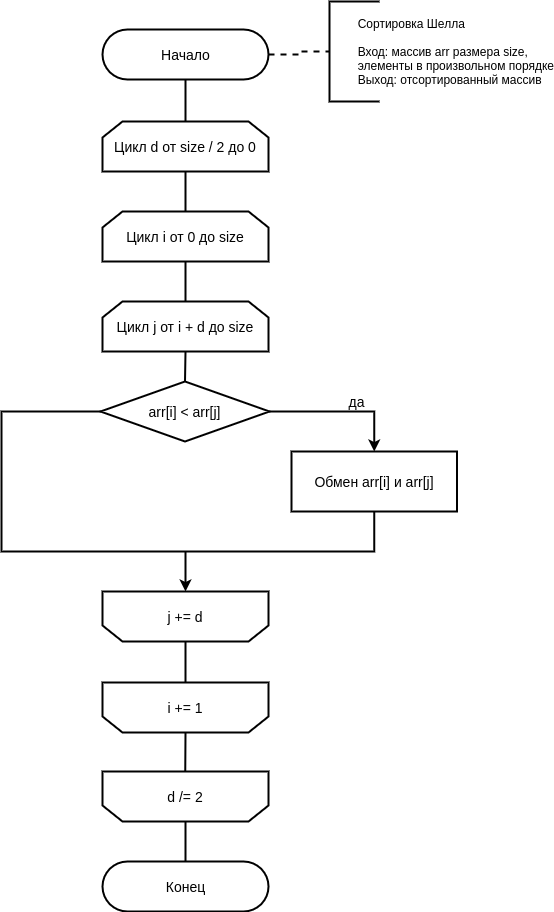
Earlier version of the draw.io export lab_03/doc/tex/img/shell_sort.png (hamzreg/bmstu-aa). Source tidied: cells renumbered, new cells last; positions are measured from the earlier drawing's top-left corner, leaving out a move shared by most shapes.
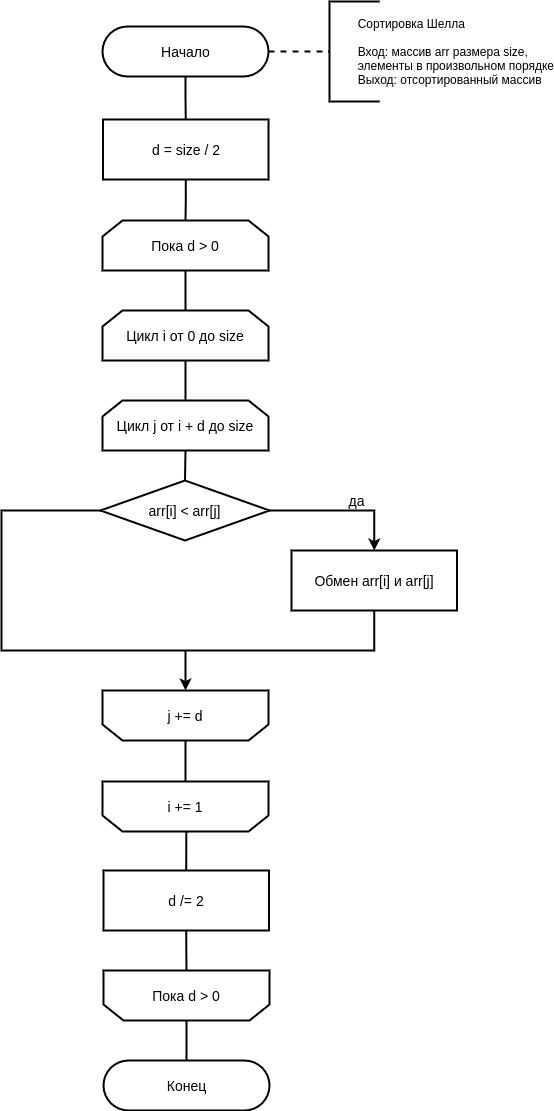
The same diagram one commit later.

Diff of the diagram source:
```diff
@@ -2,14 +2,14 @@
   <root>
     <mxCell id="0" />
     <mxCell id="1" parent="0" />
+    <mxCell id="26" style="edgeStyle=orthogonalEdgeStyle;rounded=0;jettySize=auto;html=1;exitX=0.5;exitY=0.5;exitDx=0;exitDy=25;exitPerimeter=0;entryX=0.5;entryY=0;entryDx=0;entryDy=0;endArrow=none;endFill=0;strokeWidth=2;" parent="1" edge="1" source="4" target="29">
+      <mxGeometry relative="1" as="geometry" />
+    </mxCell>
     <mxCell id="2" style="edgeStyle=orthogonalEdgeStyle;rounded=0;jettySize=auto;html=1;exitX=1;exitY=0.5;exitDx=0;exitDy=0;exitPerimeter=0;entryX=0;entryY=0.5;entryDx=0;entryDy=0;entryPerimeter=0;endArrow=none;endFill=0;strokeWidth=2;dashed=1;" parent="1" edge="1" source="4" target="19">
       <mxGeometry relative="1" as="geometry" />
     </mxCell>
-    <mxCell id="3" style="edgeStyle=orthogonalEdgeStyle;rounded=0;jettySize=auto;html=1;exitX=0.5;exitY=0.5;exitDx=0;exitDy=25;exitPerimeter=0;entryX=0.5;entryY=0;entryDx=0;entryDy=0;endArrow=none;endFill=0;strokeWidth=2;" parent="1" edge="1" source="4" target="21">
-      <mxGeometry relative="1" as="geometry" />
-    </mxCell>
     <mxCell id="4" value="&lt;font style=&quot;font-size: 14px&quot;&gt;Начало&lt;/font&gt;" style="html=1;dashed=0;whitespace=wrap;shape=mxgraph.dfd.start;strokeWidth=2;" parent="1" vertex="1">
-      <mxGeometry x="101" y="28" width="166" height="50" as="geometry" />
+      <mxGeometry x="101" y="-74" width="166" height="50" as="geometry" />
     </mxCell>
     <mxCell id="5" style="edgeStyle=orthogonalEdgeStyle;rounded=0;orthogonalLoop=1;jettySize=auto;html=1;exitX=0.5;exitY=1;exitDx=0;exitDy=0;" parent="1" edge="1">
       <mxGeometry relative="1" as="geometry">
@@ -52,27 +52,28 @@
     <mxCell id="14" value="&lt;font style=&quot;font-size: 14px&quot;&gt;j += d&lt;/font&gt;" style="shape=loopLimit;whiteSpace=wrap;html=1;strokeWidth=2;direction=west;" parent="1" vertex="1">
       <mxGeometry x="101" y="590" width="166" height="50" as="geometry" />
     </mxCell>
-    <mxCell id="15" style="edgeStyle=orthogonalEdgeStyle;rounded=0;jettySize=auto;html=1;exitX=0.5;exitY=0;exitDx=0;exitDy=0;entryX=0.5;entryY=0;entryDx=0;entryDy=0;endArrow=none;endFill=0;strokeWidth=2;" parent="1" edge="1" source="16">
-      <mxGeometry relative="1" as="geometry">
-        <mxPoint x="183.8" y="770" as="targetPoint" />
-      </mxGeometry>
-    </mxCell>
+    <mxCell id="27" style="edgeStyle=orthogonalEdgeStyle;rounded=0;orthogonalLoop=1;jettySize=auto;html=1;exitX=0.5;exitY=0;exitDx=0;exitDy=0;entryX=0.5;entryY=0;entryDx=0;entryDy=0;endArrow=none;endFill=0;strokeWidth=2;" parent="1" edge="1">
+      <mxGeometry relative="1" as="geometry">
+        <mxPoint x="187" y="731" as="sourcePoint" />
+        <mxPoint x="184.8" y="770" as="targetPoint" />
+      </mxGeometry>
+    </mxCell>
     <mxCell id="16" value="&lt;font style=&quot;font-size: 14px&quot;&gt;i += 1&lt;/font&gt;" style="shape=loopLimit;whiteSpace=wrap;html=1;strokeWidth=2;direction=west;" parent="1" vertex="1">
       <mxGeometry x="101" y="681" width="166" height="50" as="geometry" />
     </mxCell>
     <mxCell id="17" value="&lt;font style=&quot;font-size: 14px&quot;&gt;Конец&lt;/font&gt;" style="html=1;dashed=0;whitespace=wrap;shape=mxgraph.dfd.start;strokeWidth=2;" parent="1" vertex="1">
-      <mxGeometry x="101" y="860" width="166" height="50" as="geometry" />
+      <mxGeometry x="102" y="960" width="166" height="50" as="geometry" />
     </mxCell>
     <mxCell id="18" value="&lt;font style=&quot;font-size: 14px&quot;&gt;да&lt;/font&gt;" style="text;html=1;align=center;verticalAlign=middle;strokeColor=none;" parent="1" vertex="1">
       <mxGeometry x="340" y="390" width="30" height="20" as="geometry" />
     </mxCell>
     <mxCell id="19" value="&lt;div&gt;&lt;span&gt;&lt;span style=&quot;white-space: pre&quot;&gt;&#9;&lt;/span&gt;Сортировка Шелла&lt;/span&gt;&lt;/div&gt;&lt;div&gt;&lt;span&gt;&lt;br&gt;&lt;/span&gt;&lt;/div&gt;&lt;span style=&quot;white-space: pre&quot;&gt;&#9;&lt;/span&gt;Вход: массив arr размера size,&lt;br&gt;&amp;nbsp;&lt;span style=&quot;white-space: pre&quot;&gt;&#9;&lt;/span&gt;элементы в произвольном порядке&lt;br&gt;&lt;span style=&quot;white-space: pre&quot;&gt;&#9;&lt;/span&gt;Выход: отсортированный массив" style="strokeWidth=2;html=1;shape=mxgraph.flowchart.annotation_1;align=left;" parent="1" vertex="1">
-      <mxGeometry x="328" width="50" height="100" as="geometry" />
+      <mxGeometry x="328" y="-99" width="50" height="100" as="geometry" />
     </mxCell>
     <mxCell id="20" style="edgeStyle=orthogonalEdgeStyle;rounded=0;jettySize=auto;html=1;exitX=0.5;exitY=1;exitDx=0;exitDy=0;entryX=0.5;entryY=0;entryDx=0;entryDy=0;endArrow=none;endFill=0;strokeWidth=2;" parent="1" edge="1" source="21" target="9">
       <mxGeometry relative="1" as="geometry" />
     </mxCell>
-    <mxCell id="21" value="&lt;span style=&quot;font-size: 14px&quot;&gt;Цикл d от size / 2 до 0&lt;/span&gt;" style="shape=loopLimit;whiteSpace=wrap;html=1;strokeWidth=2;" parent="1" vertex="1">
+    <mxCell id="21" value="&lt;span style=&quot;font-size: 14px&quot;&gt;Пока d &amp;gt; 0&lt;/span&gt;" style="shape=loopLimit;whiteSpace=wrap;html=1;strokeWidth=2;" parent="1" vertex="1">
       <mxGeometry x="101" y="120" width="166" height="50" as="geometry" />
     </mxCell>
     <mxCell id="22" style="edgeStyle=orthogonalEdgeStyle;rounded=0;jettySize=auto;html=1;exitX=0.5;exitY=1;exitDx=0;exitDy=0;entryX=0.5;entryY=0;entryDx=0;entryDy=0;endArrow=none;endFill=0;strokeWidth=2;" parent="1" edge="1" source="23" target="7">
@@ -84,8 +85,20 @@
     <mxCell id="24" style="edgeStyle=orthogonalEdgeStyle;rounded=0;jettySize=auto;html=1;exitX=0.5;exitY=0;exitDx=0;exitDy=0;entryX=0.5;entryY=0.5;entryDx=0;entryDy=-25;entryPerimeter=0;endArrow=none;endFill=0;strokeWidth=2;" parent="1" edge="1" source="25" target="17">
       <mxGeometry relative="1" as="geometry" />
     </mxCell>
-    <mxCell id="25" value="&lt;span style=&quot;font-size: 14px&quot;&gt;d /= 2&lt;/span&gt;" style="shape=loopLimit;whiteSpace=wrap;html=1;strokeWidth=2;direction=west;" parent="1" vertex="1">
-      <mxGeometry x="101" y="770" width="166" height="50" as="geometry" />
+    <mxCell id="25" value="&lt;span style=&quot;font-size: 14px&quot;&gt;Пока d &amp;gt; 0&lt;/span&gt;" style="shape=loopLimit;whiteSpace=wrap;html=1;strokeWidth=2;direction=west;" parent="1" vertex="1">
+      <mxGeometry x="102" y="870" width="166" height="50" as="geometry" />
     </mxCell>
+    <mxCell id="28" style="edgeStyle=orthogonalEdgeStyle;rounded=0;jettySize=auto;html=1;exitX=0.5;exitY=1;exitDx=0;exitDy=0;entryX=0.5;entryY=0;entryDx=0;entryDy=0;strokeWidth=2;endArrow=none;endFill=0;" parent="1" edge="1" source="29" target="21">
+      <mxGeometry relative="1" as="geometry" />
+    </mxCell>
+    <mxCell id="29" value="&lt;font style=&quot;font-size: 14px&quot;&gt;d = size / 2&lt;br&gt;&lt;/font&gt;" style="rounded=0;whiteSpace=wrap;html=1;strokeWidth=2;" parent="1" vertex="1">
+      <mxGeometry x="101.5" y="19" width="165.5" height="60" as="geometry" />
+    </mxCell>
+    <mxCell id="30" style="edgeStyle=orthogonalEdgeStyle;rounded=0;jettySize=auto;html=1;exitX=0.5;exitY=1;exitDx=0;exitDy=0;entryX=0.5;entryY=1;entryDx=0;entryDy=0;endArrow=none;endFill=0;strokeWidth=2;" parent="1" edge="1" source="31" target="25">
+      <mxGeometry relative="1" as="geometry" />
+    </mxCell>
+    <mxCell id="31" value="&lt;font style=&quot;font-size: 14px&quot;&gt;d /= 2&lt;br&gt;&lt;/font&gt;" style="rounded=0;whiteSpace=wrap;html=1;strokeWidth=2;" parent="1" vertex="1">
+      <mxGeometry x="102" y="770" width="165.5" height="60" as="geometry" />
+    </mxCell>
   </root>
 </mxGraphModel>
```
